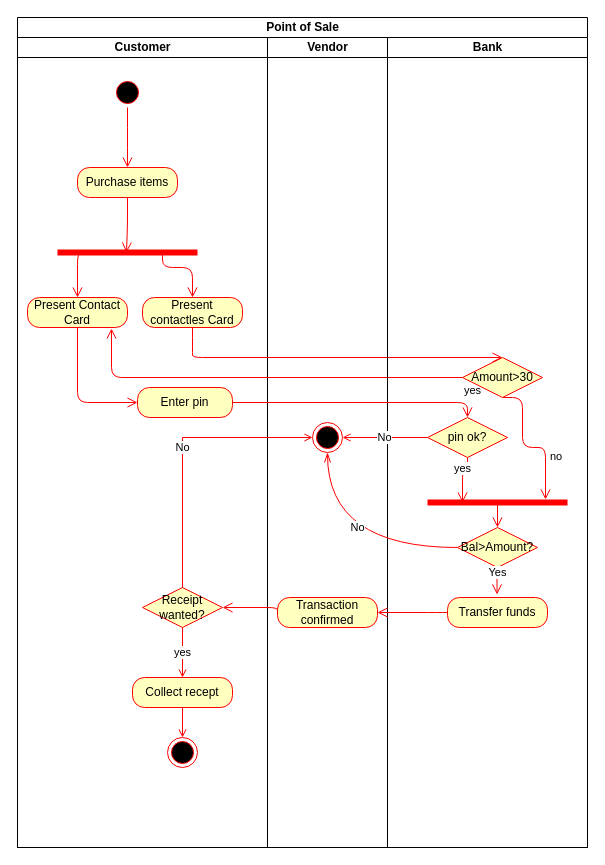
The draw.io diagram schema/POS activity diagram.drawio in deeperj/rust, before the edit. Source tidied: cells renumbered, new cells numbered last; positions are measured from the earlier drawing's top-left corner, leaving out a move shared by most shapes. Both pictures are drawn from the tidied source at 100%, with x=0, y=0 at pixel (17, 17).
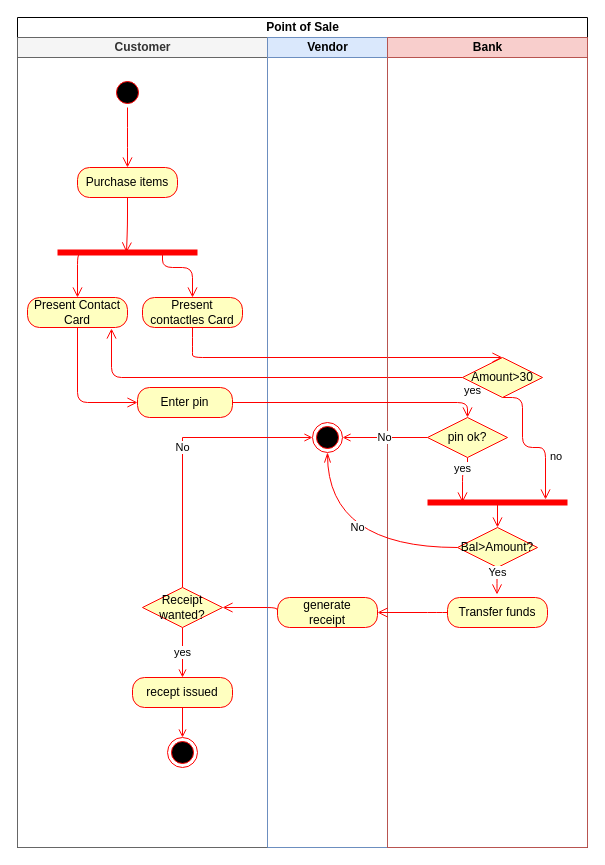
The same diagram, later.

The change refers to these unchanged cells:
```xml
<mxCell id="2" value="Point of Sale" style="swimlane;html=1;startSize=20;" parent="1" vertex="1">
  <mxGeometry width="570" height="830" as="geometry" />
</mxCell>
```

Diff of the diagram source:
```diff
@@
-    <mxCell id="3" value="Customer" style="swimlane;html=1;startSize=20;" parent="2" vertex="1">
+    <mxCell id="3" value="Customer" style="swimlane;html=1;startSize=20;fillColor=#f5f5f5;strokeColor=#666666;fontColor=#333333;" parent="2" vertex="1">
       <mxGeometry y="20" width="250" height="810" as="geometry" />
     </mxCell>
@@
-    <mxCell id="13" value="Collect recept" style="rounded=1;whiteSpace=wrap;html=1;arcSize=40;fontColor=#000000;fillColor=#ffffc0;strokeColor=#ff0000;" parent="3" vertex="1">
+    <mxCell id="13" value="recept issued" style="rounded=1;whiteSpace=wrap;html=1;arcSize=40;fontColor=#000000;fillColor=#ffffc0;strokeColor=#ff0000;" parent="3" vertex="1">
       <mxGeometry x="115" y="640" width="100" height="30" as="geometry" />
     </mxCell>
@@
-    <mxCell id="20" value="Vendor" style="swimlane;html=1;startSize=20;" parent="2" vertex="1">
+    <mxCell id="20" value="Vendor" style="swimlane;html=1;startSize=20;fillColor=#dae8fc;strokeColor=#6c8ebf;" parent="2" vertex="1">
       <mxGeometry x="250" y="20" width="120" height="810" as="geometry" />
     </mxCell>
@@
-    <mxCell id="22" value="Transaction confirmed" style="rounded=1;whiteSpace=wrap;html=1;arcSize=40;fontColor=#000000;fillColor=#ffffc0;strokeColor=#ff0000;" parent="20" vertex="1">
+    <mxCell id="22" value="generate &lt;br&gt;receipt" style="rounded=1;whiteSpace=wrap;html=1;arcSize=40;fontColor=#000000;fillColor=#ffffc0;strokeColor=#ff0000;" parent="20" vertex="1">
       <mxGeometry x="10" y="560" width="100" height="30" as="geometry" />
     </mxCell>
@@
-    <mxCell id="25" value="Bank" style="swimlane;html=1;startSize=20;" parent="2" vertex="1">
+    <mxCell id="25" value="Bank" style="swimlane;html=1;startSize=20;fillColor=#f8cecc;strokeColor=#b85450;" parent="2" vertex="1">
       <mxGeometry x="370" y="20" width="200" height="810" as="geometry" />
     </mxCell>
```
